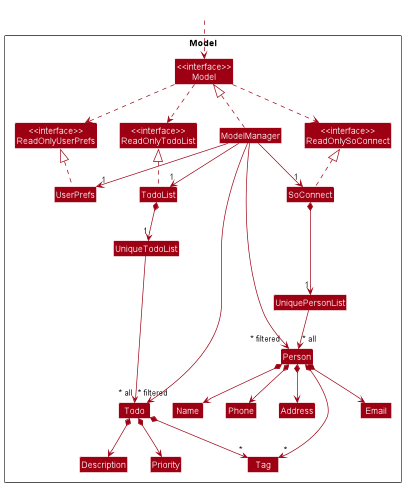
Above: docs/images/ModelClassDiagram.png in nus-cs2103-AY2223S1/tp (PlantUML), before the change.
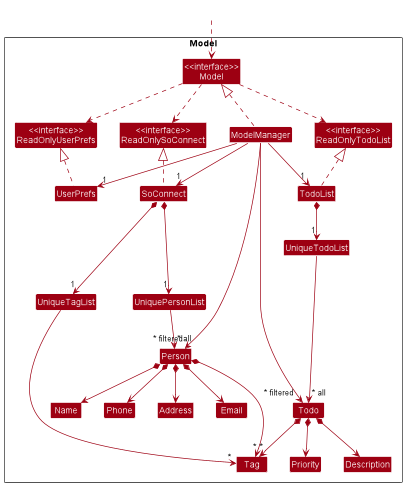
The same diagram one commit later.

What changed in the source:
```diff
@@ -16,6 +16,7 @@
 Class UserPrefs
 
 Class UniquePersonList
+Class UniqueTagList
 Class Person
 Class Address
 Class Email
@@ -52,6 +53,9 @@
 Person *--> Address
 Person *--> "*" Tag
 
+SoConnect *--> "1" UniqueTagList
+UniqueTagList --> "*" Tag
+
 TodoList *--> "1" UniqueTodoList
 UniqueTodoList --> "~* all" Todo
 Todo *--> Description
```
